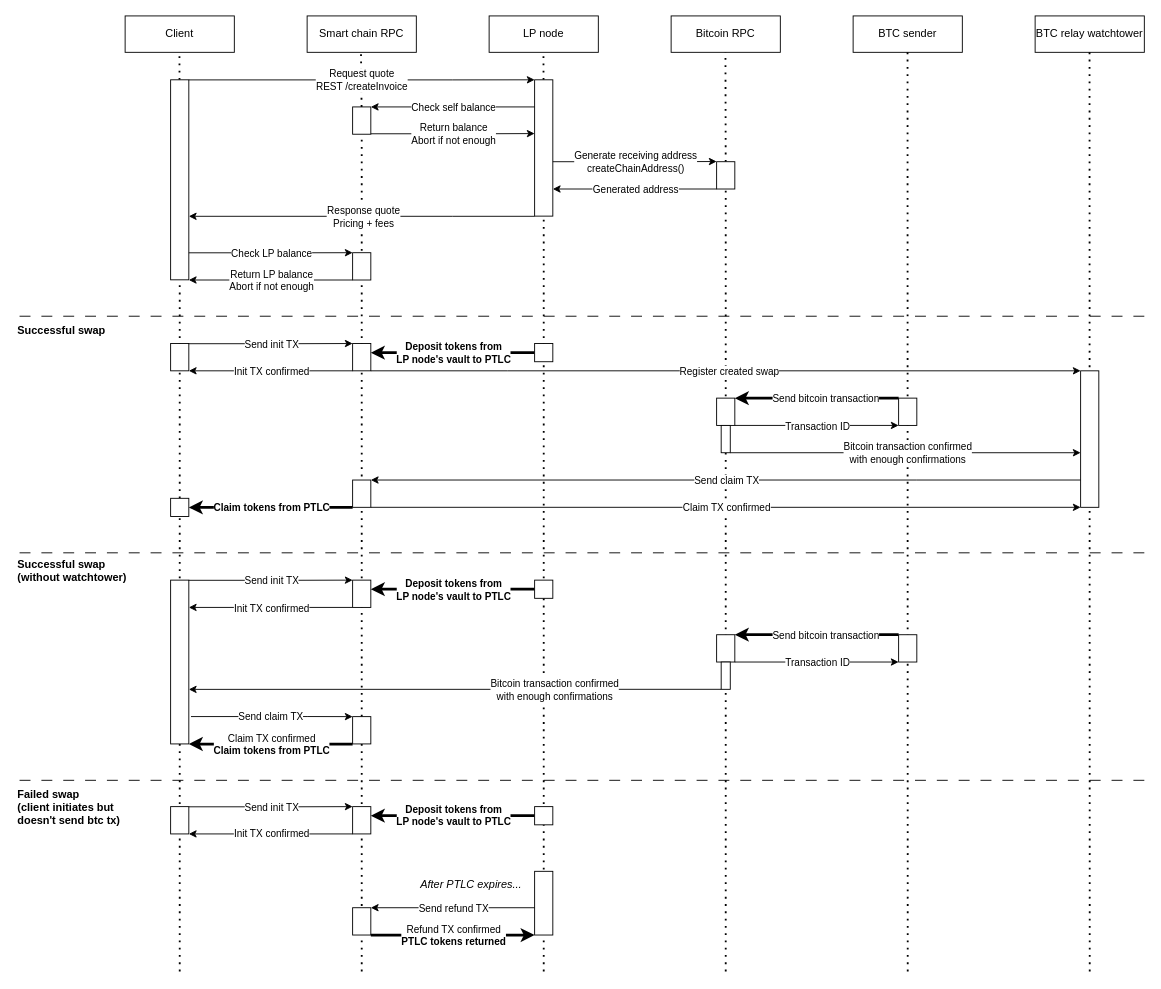
adambor/SolLightning-readme keeps this draw.io diagram as flows/frombtc-diagram.drawio. Above is the earlier version. Source tidied: cells renumbered, new cells numbered last; positions are measured from the earlier drawing's top-left corner, leaving out a move shared by most shapes. Both pictures are drawn from the tidied source at 91%, with x=0, y=0 at pixel (15, 15).
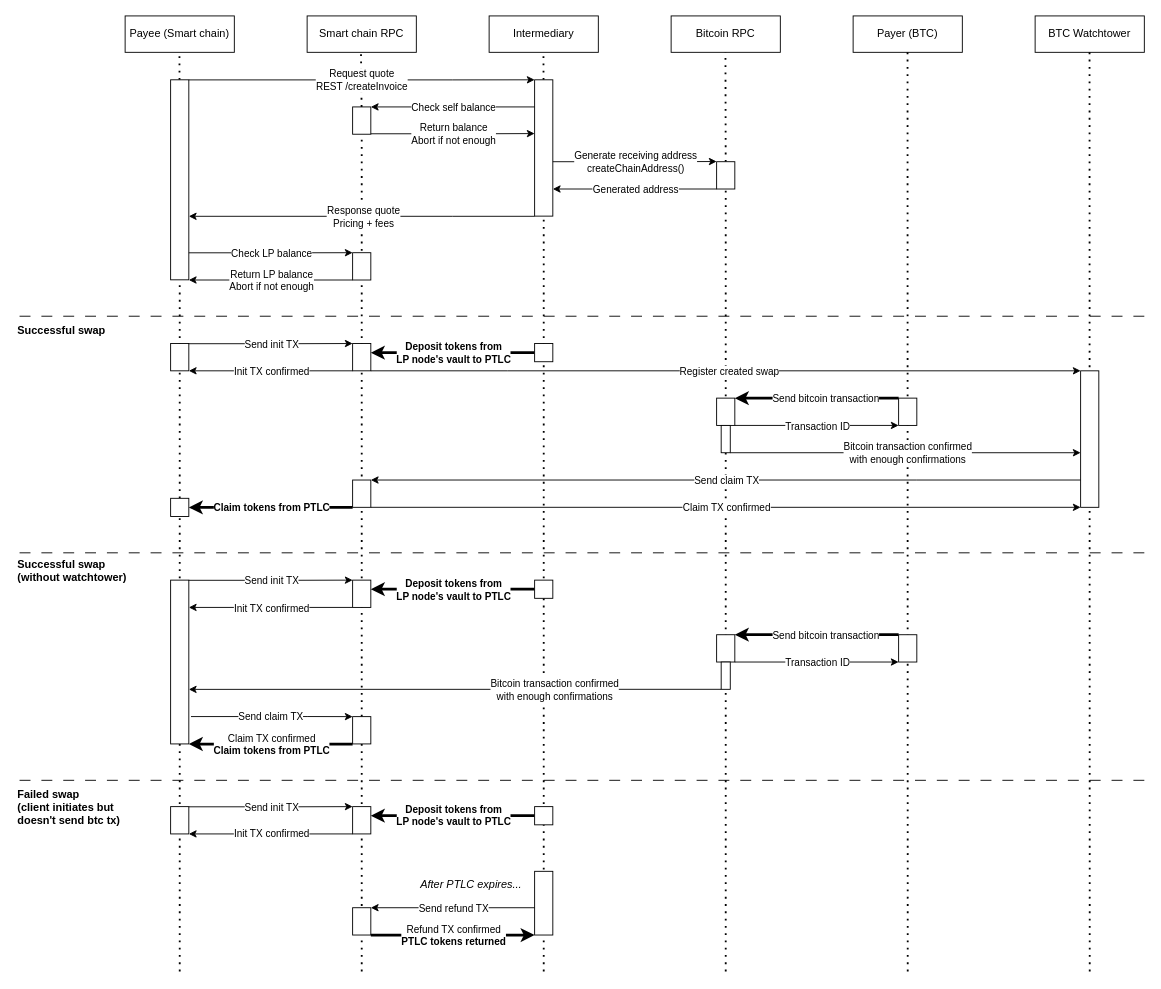
After the change.

What changed in the source:
```diff
@@
-    <mxCell id="2" value="Client" style="rounded=0;whiteSpace=wrap;html=1;" parent="1" vertex="1">
+    <mxCell id="2" value="Payee (Smart chain)" style="rounded=0;whiteSpace=wrap;html=1;" parent="1" vertex="1">
       <mxGeometry x="120" width="120" height="40" as="geometry" />
     </mxCell>
-    <mxCell id="3" value="LP node" style="rounded=0;whiteSpace=wrap;html=1;" parent="1" vertex="1">
+    <mxCell id="3" value="Intermediary" style="rounded=0;whiteSpace=wrap;html=1;" parent="1" vertex="1">
       <mxGeometry x="520" width="120" height="40" as="geometry" />
     </mxCell>
-    <mxCell id="4" value="BTC sender" style="rounded=0;whiteSpace=wrap;html=1;" parent="1" vertex="1">
+    <mxCell id="4" value="Payer (BTC)" style="rounded=0;whiteSpace=wrap;html=1;" parent="1" vertex="1">
       <mxGeometry x="920" width="120" height="40" as="geometry" />
     </mxCell>
@@
-    <mxCell id="50" value="BTC relay watchtower" style="rounded=0;whiteSpace=wrap;html=1;" parent="1" vertex="1">
+    <mxCell id="50" value="BTC Watchtower" style="rounded=0;whiteSpace=wrap;html=1;" parent="1" vertex="1">
       <mxGeometry x="1120" width="120" height="40" as="geometry" />
     </mxCell>
```
